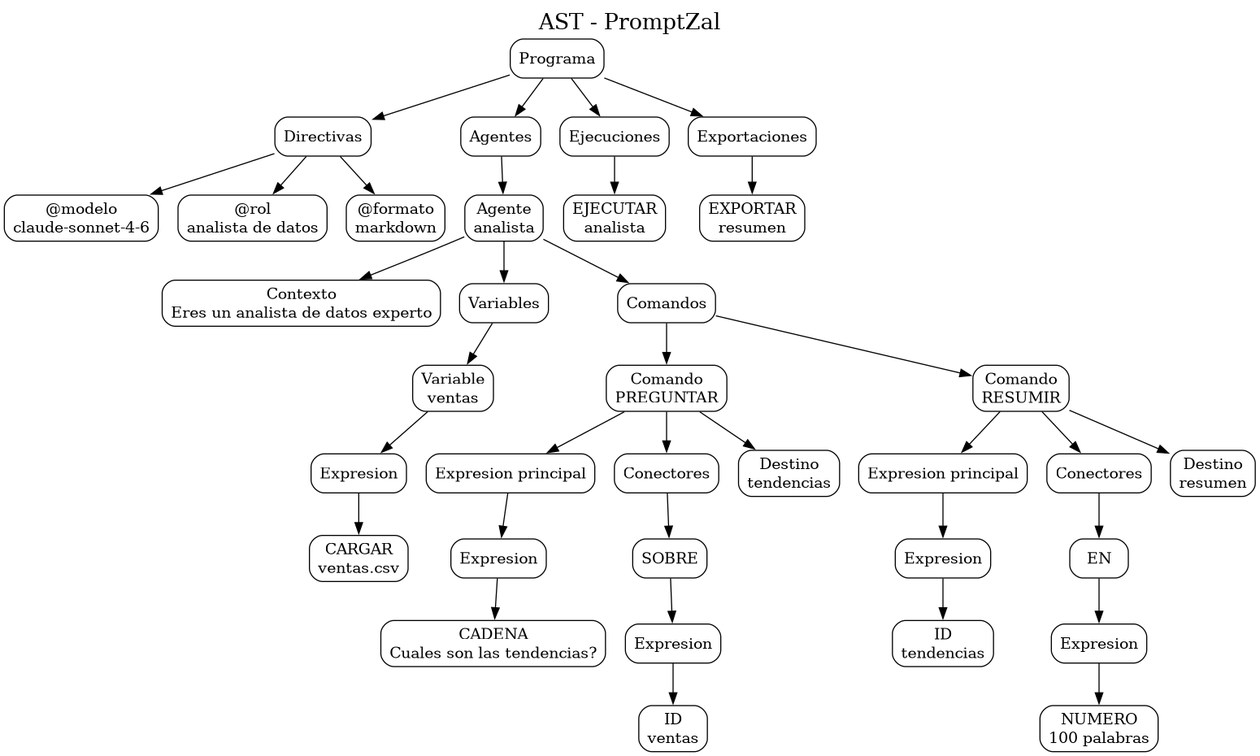
wilian525/practica1_lenguajesFormales keeps this Graphviz diagram as reportes/ast_promptzal.png. Above is the earlier version. Its source is kept beside it as reportes/ast_promptzal.dot.
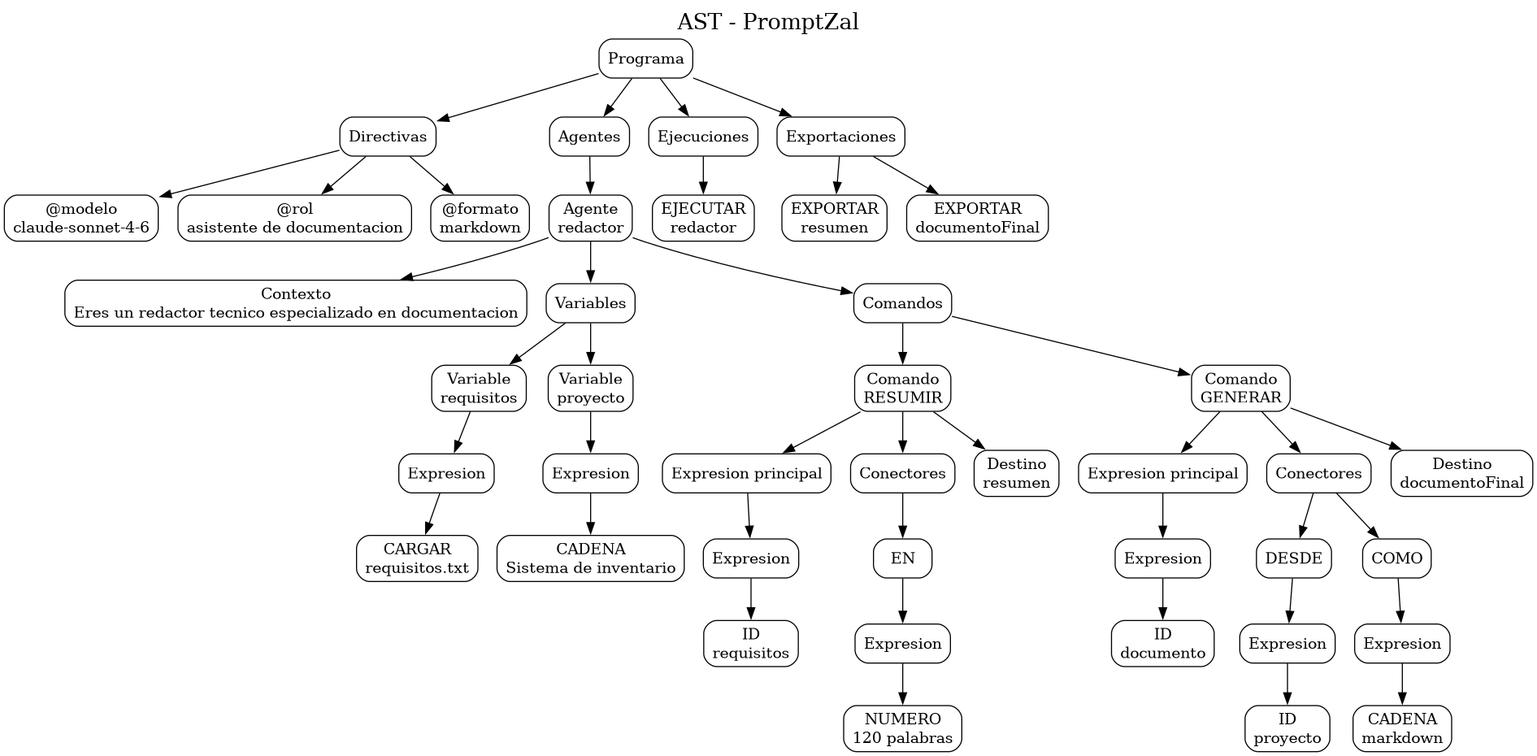
After the commit.

Change to the diagram source:
```diff
@@ -10,68 +10,82 @@
 nodo0 -> nodo1;
 nodo2 [label="@modelo\nclaude-sonnet-4-6"];
 nodo1 -> nodo2;
-nodo3 [label="@rol\nanalista de datos"];
+nodo3 [label="@rol\nasistente de documentacion"];
 nodo1 -> nodo3;
 nodo4 [label="@formato\nmarkdown"];
 nodo1 -> nodo4;
 nodo5 [label="Agentes"];
 nodo0 -> nodo5;
-nodo6 [label="Agente\nanalista"];
+nodo6 [label="Agente\nredactor"];
 nodo5 -> nodo6;
-nodo7 [label="Contexto\nEres un analista de datos experto"];
+nodo7 [label="Contexto\nEres un redactor tecnico especializado en documentacion"];
 nodo6 -> nodo7;
 nodo8 [label="Variables"];
 nodo6 -> nodo8;
-nodo9 [label="Variable\nventas"];
+nodo9 [label="Variable\nrequisitos"];
 nodo8 -> nodo9;
 nodo10 [label="Expresion"];
 nodo9 -> nodo10;
-nodo11 [label="CARGAR\nventas.csv"];
+nodo11 [label="CARGAR\nrequisitos.txt"];
 nodo10 -> nodo11;
-nodo12 [label="Comandos"];
-nodo6 -> nodo12;
-nodo13 [label="Comando\nPREGUNTAR"];
+nodo12 [label="Variable\nproyecto"];
+nodo8 -> nodo12;
+nodo13 [label="Expresion"];
 nodo12 -> nodo13;
-nodo14 [label="Expresion principal"];
+nodo14 [label="CADENA\nSistema de inventario"];
 nodo13 -> nodo14;
-nodo15 [label="Expresion"];
-nodo14 -> nodo15;
-nodo16 [label="CADENA\nCuales son las tendencias?"];
+nodo15 [label="Comandos"];
+nodo6 -> nodo15;
+nodo16 [label="Comando\nRESUMIR"];
 nodo15 -> nodo16;
-nodo17 [label="Conectores"];
-nodo13 -> nodo17;
-nodo18 [label="SOBRE"];
+nodo17 [label="Expresion principal"];
+nodo16 -> nodo17;
+nodo18 [label="Expresion"];
 nodo17 -> nodo18;
-nodo19 [label="Expresion"];
+nodo19 [label="ID\nrequisitos"];
 nodo18 -> nodo19;
-nodo20 [label="ID\nventas"];
-nodo19 -> nodo20;
-nodo21 [label="Destino\ntendencias"];
-nodo13 -> nodo21;
-nodo22 [label="Comando\nRESUMIR"];
-nodo12 -> nodo22;
-nodo23 [label="Expresion principal"];
+nodo20 [label="Conectores"];
+nodo16 -> nodo20;
+nodo21 [label="EN"];
+nodo20 -> nodo21;
+nodo22 [label="Expresion"];
+nodo21 -> nodo22;
+nodo23 [label="NUMERO\n120 palabras"];
 nodo22 -> nodo23;
-nodo24 [label="Expresion"];
-nodo23 -> nodo24;
-nodo25 [label="ID\ntendencias"];
-nodo24 -> nodo25;
-nodo26 [label="Conectores"];
-nodo22 -> nodo26;
-nodo27 [label="EN"];
+nodo24 [label="Destino\nresumen"];
+nodo16 -> nodo24;
+nodo25 [label="Comando\nGENERAR"];
+nodo15 -> nodo25;
+nodo26 [label="Expresion principal"];
+nodo25 -> nodo26;
+nodo27 [label="Expresion"];
 nodo26 -> nodo27;
-nodo28 [label="Expresion"];
+nodo28 [label="ID\ndocumento"];
 nodo27 -> nodo28;
-nodo29 [label="NUMERO\n100 palabras"];
-nodo28 -> nodo29;
-nodo30 [label="Destino\nresumen"];
-nodo22 -> nodo30;
-nodo31 [label="Ejecuciones"];
-nodo0 -> nodo31;
-nodo32 [label="EJECUTAR\nanalista"];
+nodo29 [label="Conectores"];
+nodo25 -> nodo29;
+nodo30 [label="DESDE"];
+nodo29 -> nodo30;
+nodo31 [label="Expresion"];
+nodo30 -> nodo31;
+nodo32 [label="ID\nproyecto"];
 nodo31 -> nodo32;
-nodo33 [label="Exportaciones"];
-nodo0 -> nodo33;
-nodo34 [label="EXPORTAR\nresumen"];
+nodo33 [label="COMO"];
+nodo29 -> nodo33;
+nodo34 [label="Expresion"];
 nodo33 -> nodo34;
+nodo35 [label="CADENA\nmarkdown"];
+nodo34 -> nodo35;
+nodo36 [label="Destino\ndocumentoFinal"];
+nodo25 -> nodo36;
+nodo37 [label="Ejecuciones"];
+nodo0 -> nodo37;
+nodo38 [label="EJECUTAR\nredactor"];
+nodo37 -> nodo38;
+nodo39 [label="Exportaciones"];
+nodo0 -> nodo39;
+nodo40 [label="EXPORTAR\nresumen"];
+nodo39 -> nodo40;
+nodo41 [label="EXPORTAR\ndocumentoFinal"];
+nodo39 -> nodo41;
 }
```
